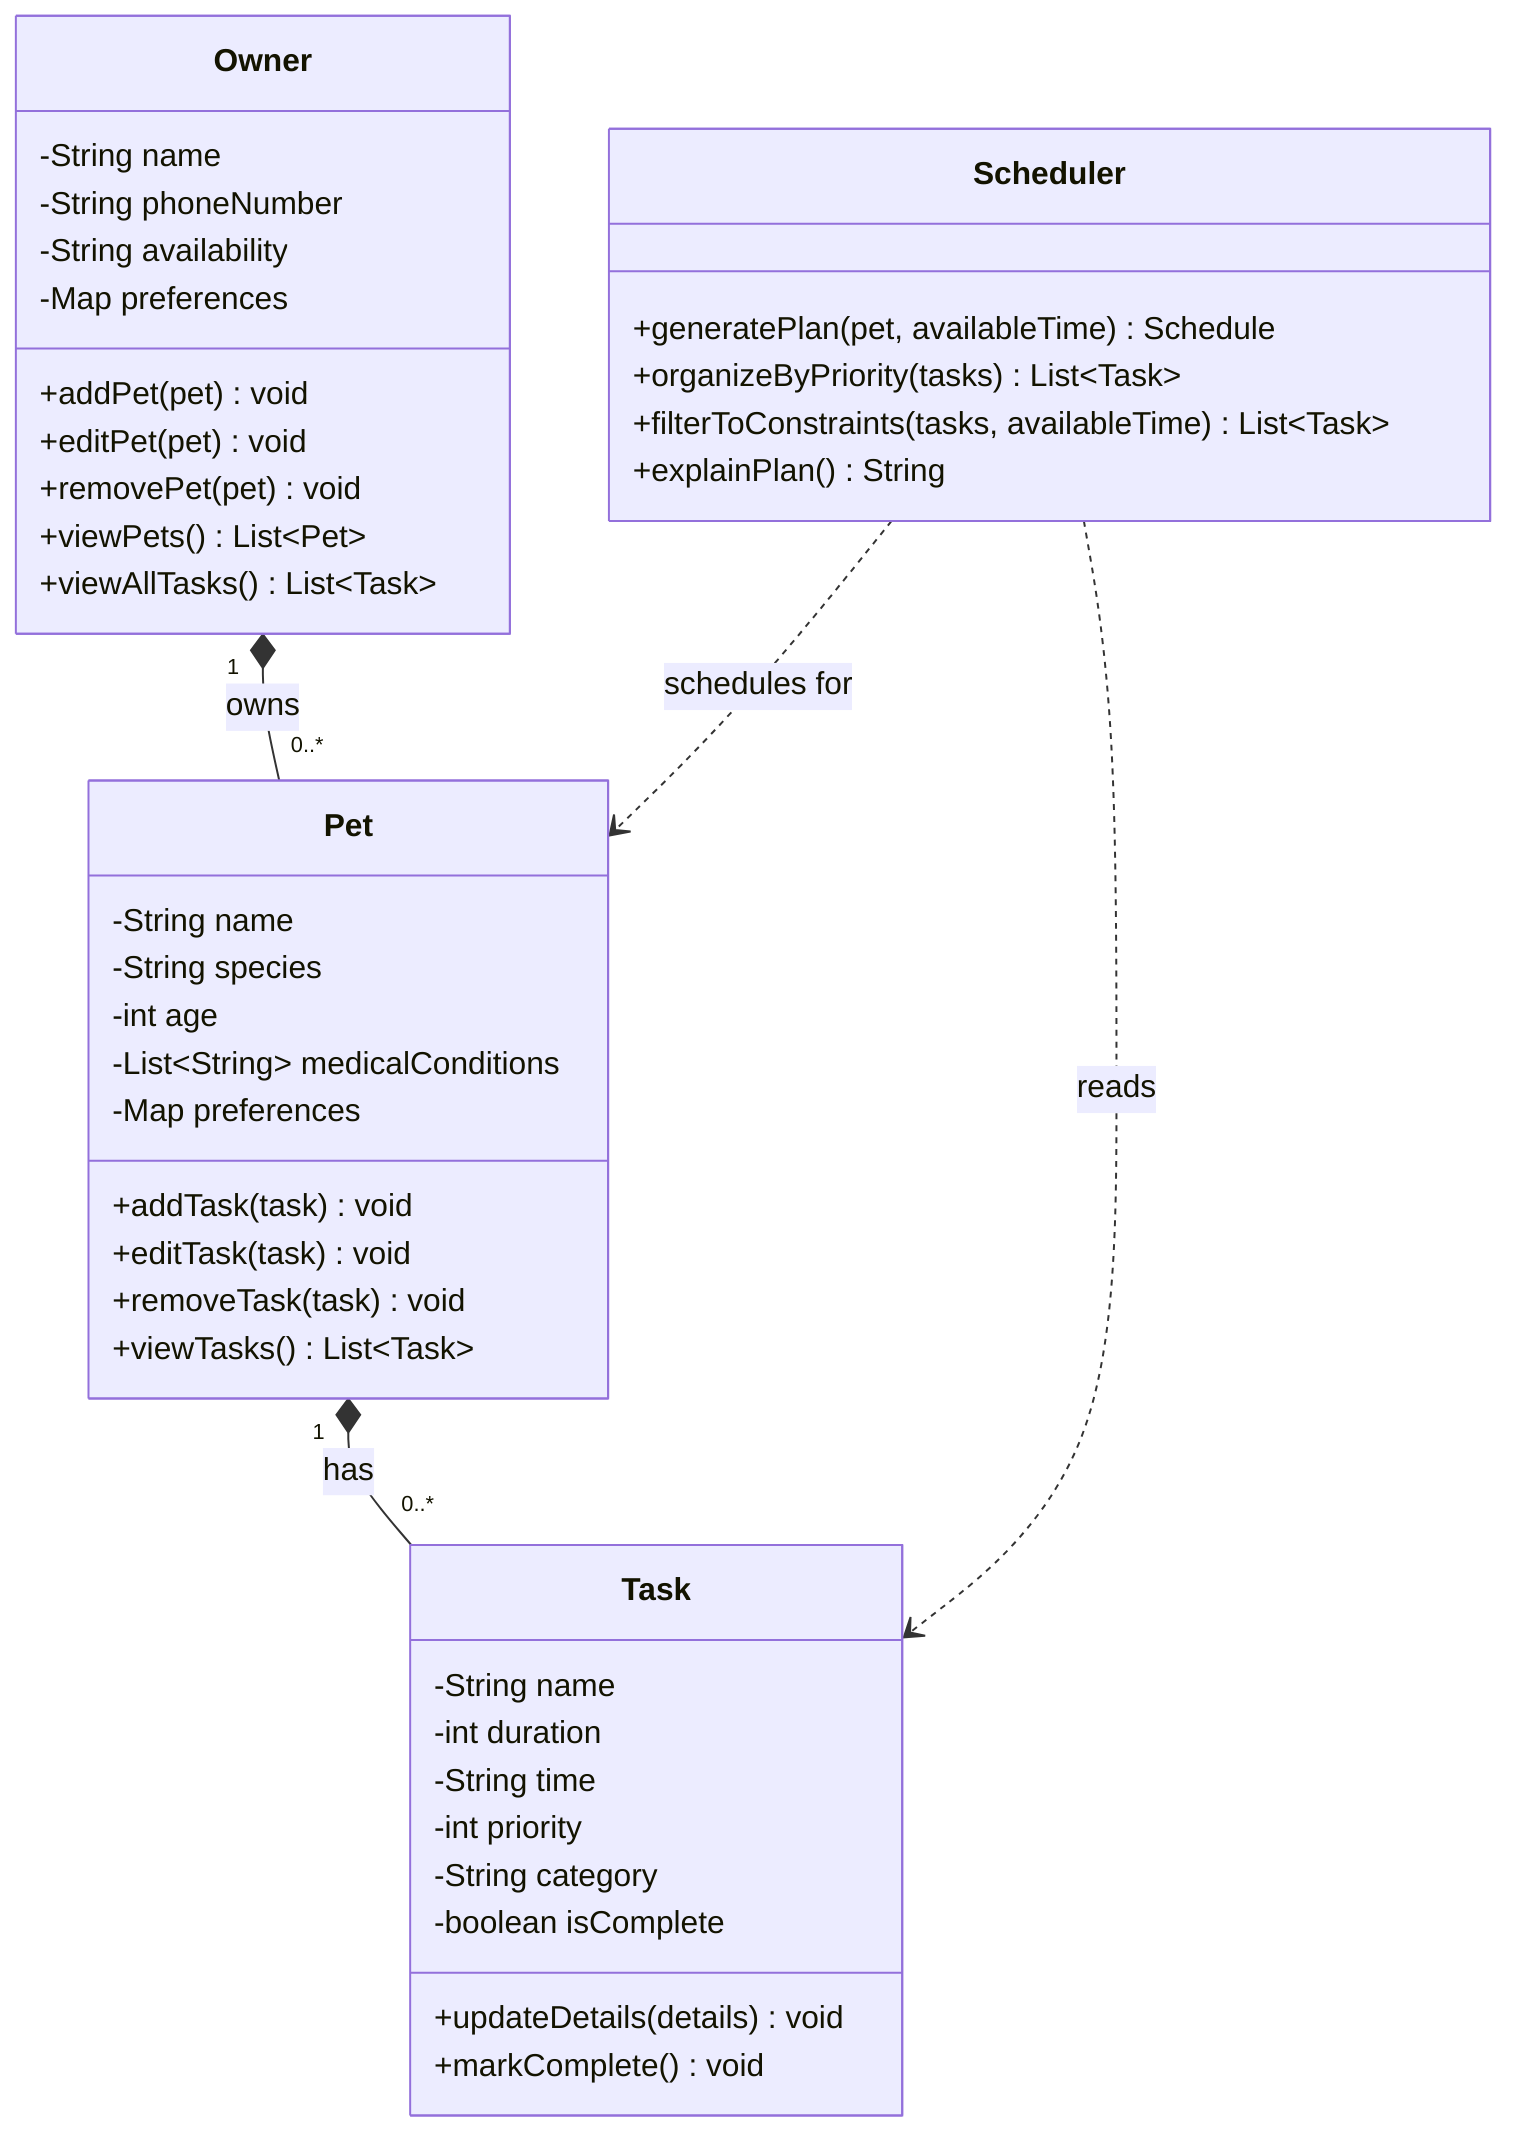
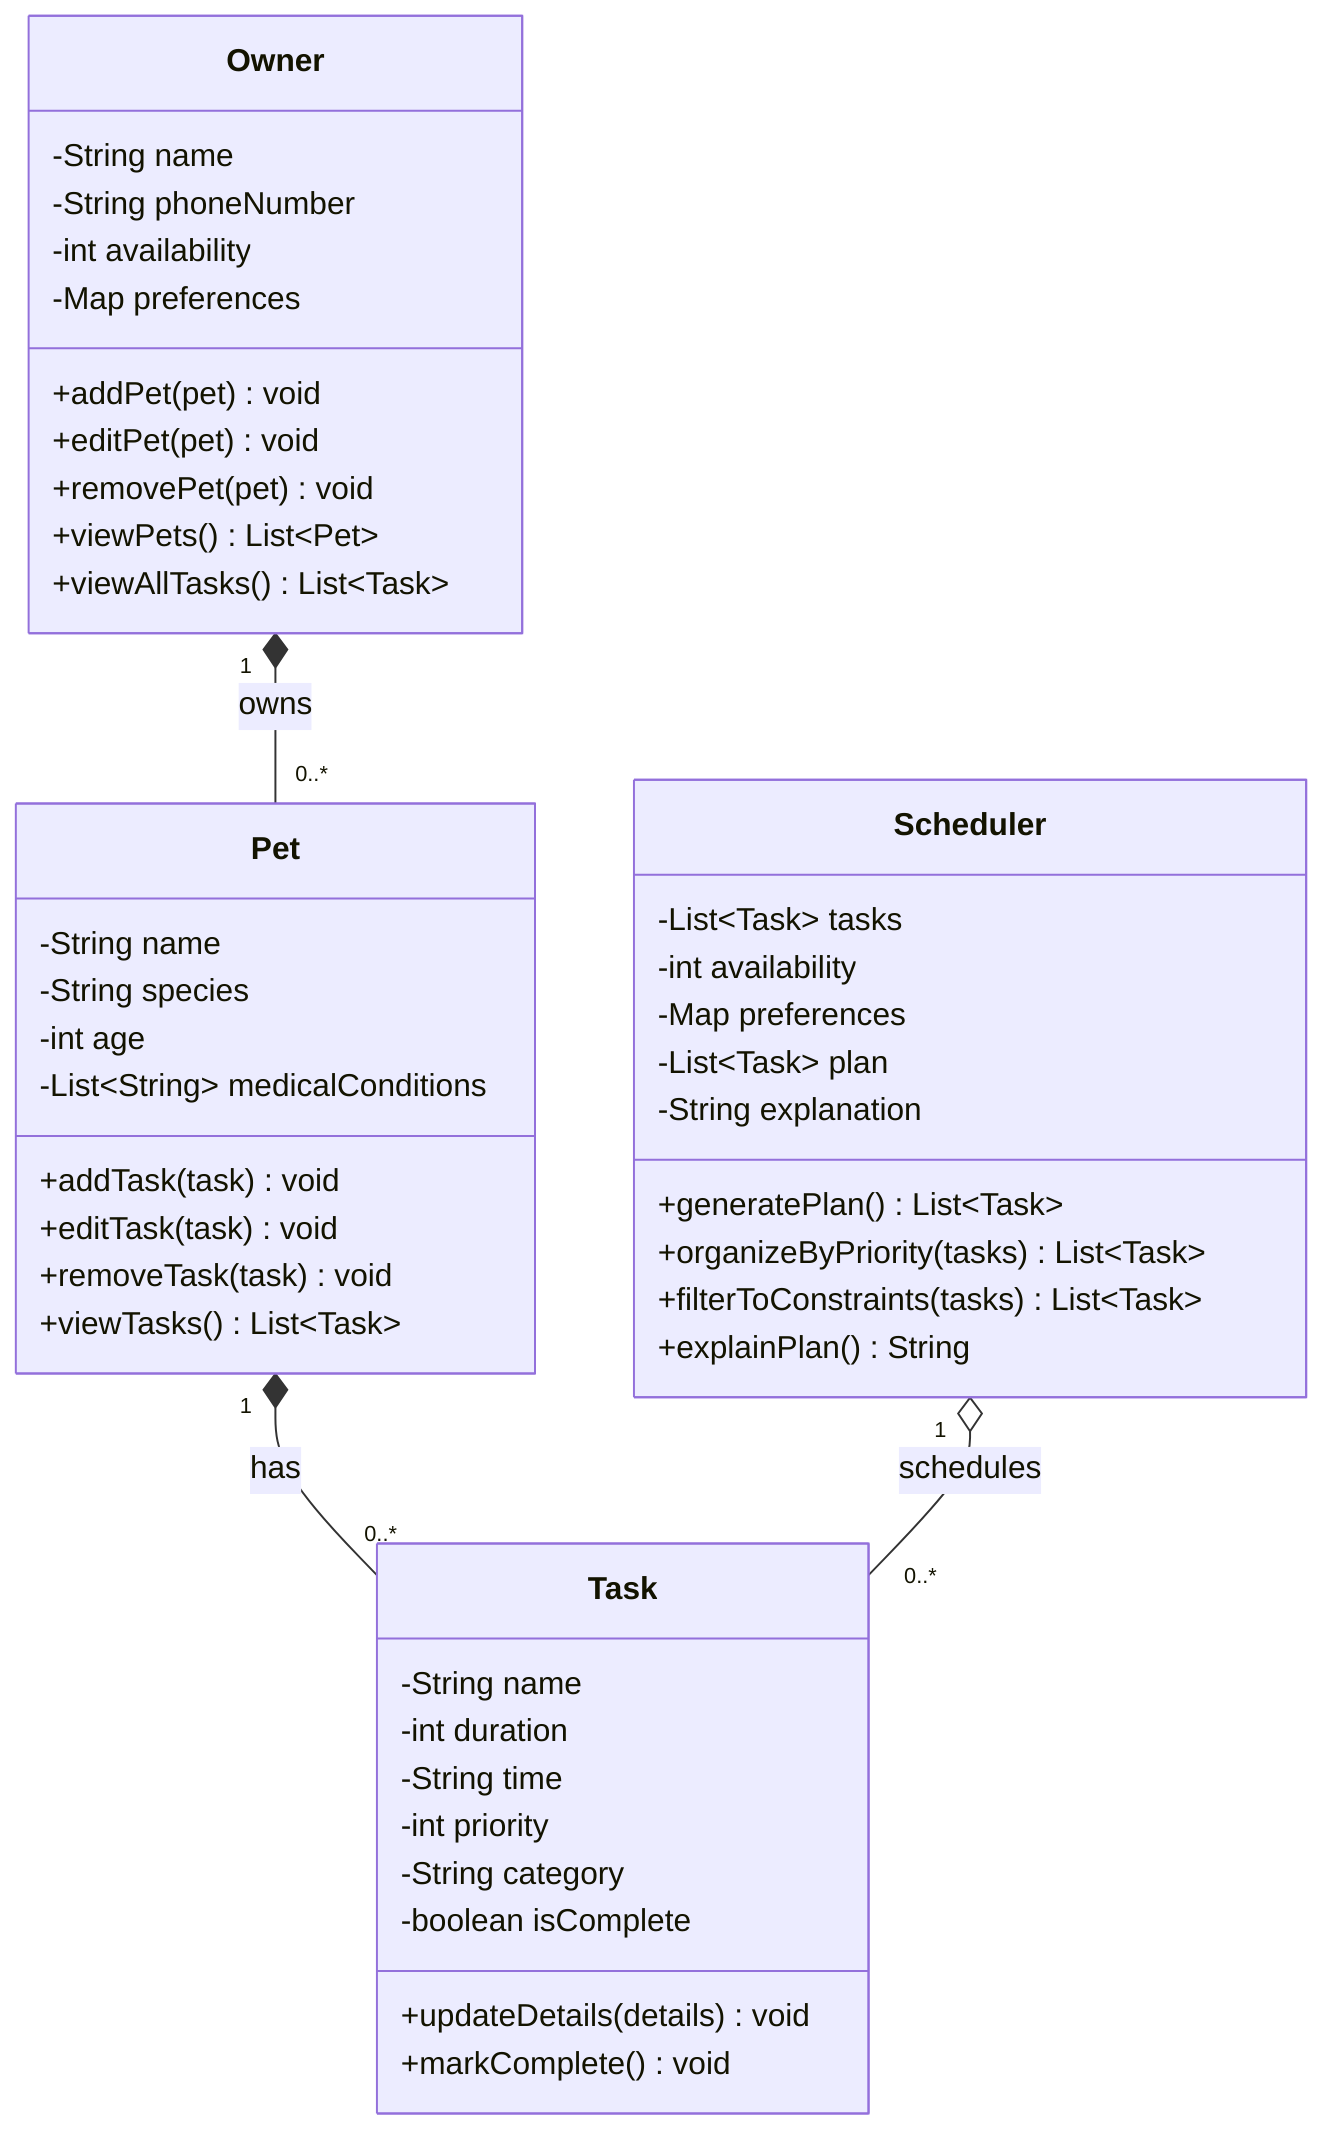
classDiagram
    class Owner {
        -String name
        -String phoneNumber
-         -String availability
+         -int availability
        -Map preferences
        +addPet(pet) void
        +editPet(pet) void
        +removePet(pet) void
        +viewPets() List~Pet~
        +viewAllTasks() List~Task~
    }

    class Pet {
        -String name
        -String species
        -int age
        -List~String~ medicalConditions
-         -Map preferences
        +addTask(task) void
        +editTask(task) void
        +removeTask(task) void
        +viewTasks() List~Task~
    }

    class Task {
        -String name
        -int duration
        -String time
        -int priority
        -String category
        -boolean isComplete
        +updateDetails(details) void
        +markComplete() void
    }

    class Scheduler {
-         +generatePlan(pet, availableTime) Schedule
+         -List~Task~ tasks
+         -int availability
+         -Map preferences
+         -List~Task~ plan
+         -String explanation
+         +generatePlan() List~Task~
        +organizeByPriority(tasks) List~Task~
-         +filterToConstraints(tasks, availableTime) List~Task~
+         +filterToConstraints(tasks) List~Task~
        +explainPlan() String
    }

    Owner "1" *-- "0..*" Pet : owns
    Pet "1" *-- "0..*" Task : has
-     Scheduler ..> Task : reads
-     Scheduler ..> Pet : schedules for
+     Scheduler "1" o-- "0..*" Task : schedules
